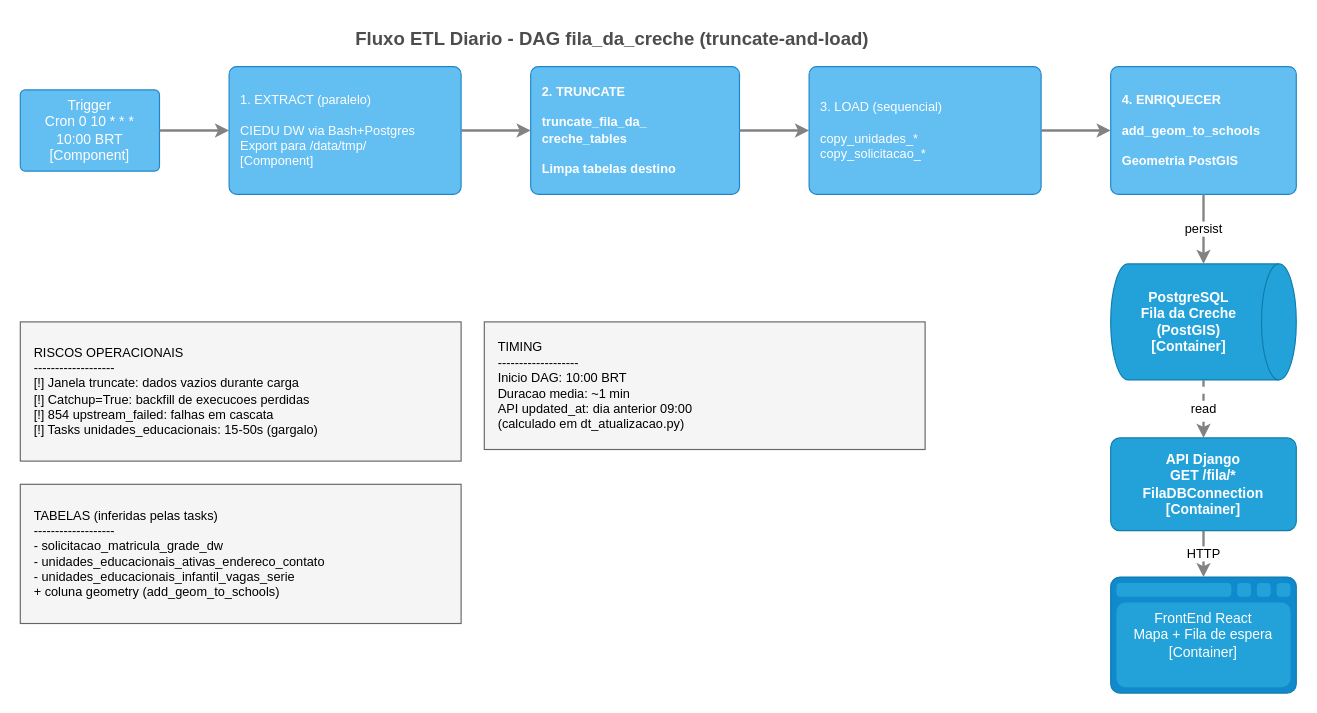
Earlier version of the draw.io diagram page "ARFLOW-Fluxo ETL Diario" (4 of 8) of diagramas/drawio/ARQUITETURA - VAGA NA CRECHE - C4.drawio (ronaldorobledo1902/VaganaCreche). Source tidied: cells renumbered, new cells numbered last; positions are measured from the earlier drawing's top-left corner, leaving out a move shared by most shapes. Both pictures are drawn from the tidied source at 116%, with x=0, y=0 at pixel (20, 20).
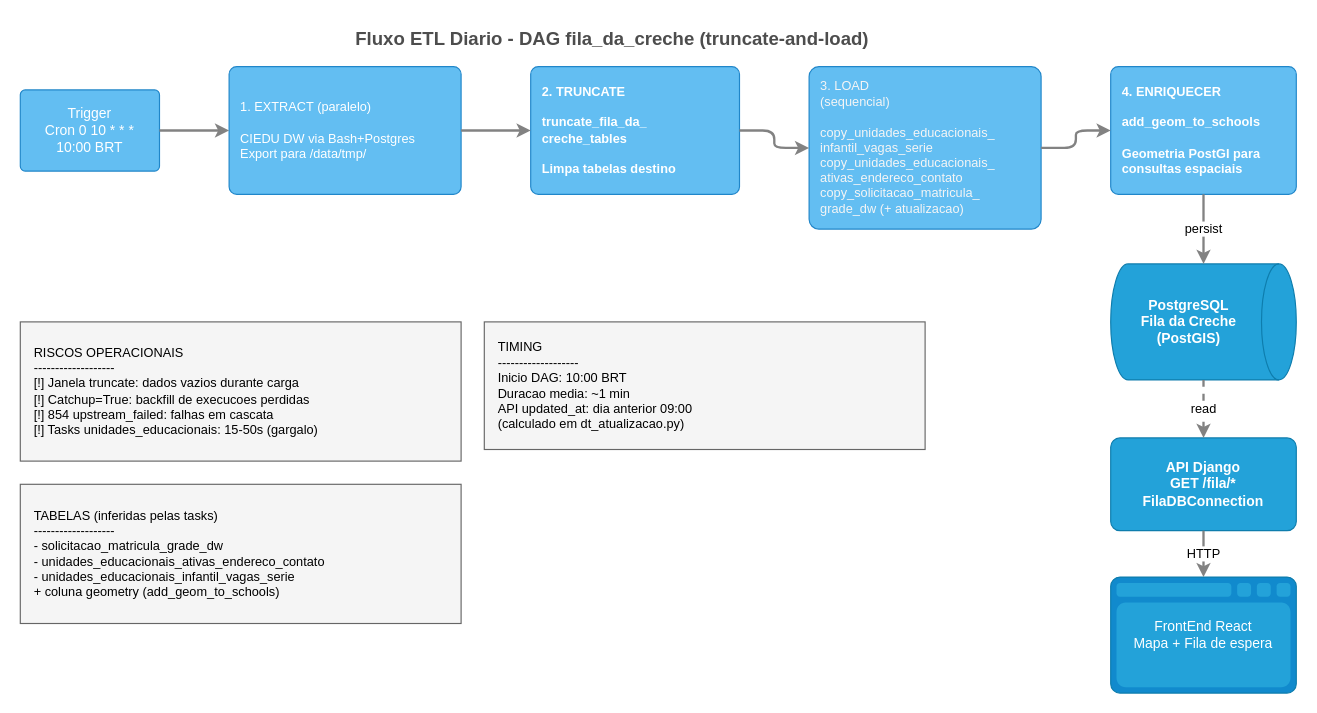
After the change.

Commit message (it also covers changes not shown here):
ALTERAÇÃO PARA FORMATO C4

Change to the diagram source:
```diff
@@
-    <mxCell id="3" value="Trigger&#10;Cron 0 10 * * *&#10;10:00 BRT&#10;[Component]" style="rounded=1;whiteSpace=wrap;html=1;fillColor=#63BEF2;fontColor=#ffffff;align=center;arcSize=6;strokeColor=#2086C9;" parent="1" vertex="1">
+    <mxCell id="3" value="Trigger&lt;br&gt;Cron 0 10 * * *&lt;br&gt;10:00 BRT" style="rounded=1;whiteSpace=wrap;html=1;fillColor=#63BEF2;fontColor=#ffffff;align=center;arcSize=6;strokeColor=#2086C9;" parent="1" vertex="1">
       <mxGeometry y="60" width="120" height="70" as="geometry" />
     </mxCell>
-    <mxCell id="4" value="1. EXTRACT (paralelo)&#10;&#10;CIEDU DW via Bash+Postgres&#10;Export para /data/tmp/&#10;[Component]" style="rounded=1;whiteSpace=wrap;html=1;fillColor=#63BEF2;fontColor=#ffffff;align=left;spacingLeft=8;arcSize=6;strokeColor=#2086C9;fontSize=11;" parent="1" vertex="1">
+    <mxCell id="4" value="1. EXTRACT (paralelo)&lt;br&gt;&lt;br&gt;CIEDU DW via Bash+Postgres&lt;br&gt;Export para /data/tmp/" style="rounded=1;whiteSpace=wrap;html=1;fillColor=#63BEF2;fontColor=#ffffff;align=left;spacingLeft=8;arcSize=6;strokeColor=#2086C9;fontSize=11;" parent="1" vertex="1">
       <mxGeometry x="180" y="40" width="200" height="110" as="geometry" />
     </mxCell>
@@
-    <mxCell id="6" value="3. LOAD (sequencial)&#10;&#10;copy_unidades_*&#10;copy_solicitacao_*" style="rounded=1;whiteSpace=wrap;html=1;fillColor=#63BEF2;fontColor=#ffffff;align=left;spacingLeft=8;arcSize=6;strokeColor=#2086C9;fontSize=11;" parent="1" vertex="1">
-      <mxGeometry x="680" y="40" width="200" height="110" as="geometry" />
+    <mxCell id="6" value="&lt;font style=&quot;&quot;&gt;&lt;span style=&quot;&quot;&gt;3. LOAD&lt;/span&gt;&lt;br style=&quot;&quot;&gt;&lt;span style=&quot;&quot;&gt;(sequencial)&lt;/span&gt;&lt;br style=&quot;&quot;&gt;&lt;br style=&quot;&quot;&gt;&lt;span style=&quot;&quot;&gt;copy_unidades_educacionais_&lt;/span&gt;&lt;br style=&quot;&quot;&gt;&lt;span style=&quot;&quot;&gt;infantil_vagas_serie&lt;/span&gt;&lt;br style=&quot;&quot;&gt;&lt;span style=&quot;&quot;&gt;copy_unidades_educacionais_&lt;/span&gt;&lt;br style=&quot;&quot;&gt;&lt;span style=&quot;&quot;&gt;ativas_endereco_contato&lt;/span&gt;&lt;br style=&quot;&quot;&gt;&lt;span style=&quot;&quot;&gt;copy_solicitacao_matricula_&lt;/span&gt;&lt;br style=&quot;&quot;&gt;&lt;span style=&quot;&quot;&gt;grade_dw (+ atualizacao)&lt;/span&gt;&lt;/font&gt;" style="rounded=1;whiteSpace=wrap;html=1;fillColor=#63BEF2;fontColor=light-dark(#f5f5f5, #ededed);align=left;spacingLeft=8;arcSize=6;strokeColor=#2086C9;fontSize=11;" parent="1" vertex="1">
+      <mxGeometry x="680" y="40" width="200" height="140" as="geometry" />
     </mxCell>
-    <mxCell id="7" value="4. ENRIQUECER&#10;&#10;add_geom_to_schools&#10;&#10;Geometria PostGIS" style="rounded=1;whiteSpace=wrap;html=1;fillColor=#63BEF2;fontColor=#ffffff;align=left;spacingLeft=8;arcSize=6;strokeColor=#2086C9;fontSize=11;fontStyle=1;" parent="1" vertex="1">
+    <mxCell id="7" value="4. ENRIQUECER&lt;br&gt;&lt;br&gt;add_geom_to_schools&lt;br&gt;&lt;br&gt;Geometria PostGI para consultas espaciais" style="rounded=1;whiteSpace=wrap;html=1;fillColor=#63BEF2;fontColor=#ffffff;align=left;spacingLeft=8;arcSize=6;strokeColor=#2086C9;fontSize=11;fontStyle=1;" parent="1" vertex="1">
       <mxGeometry x="940" y="40" width="160" height="110" as="geometry" />
     </mxCell>
-    <mxCell id="8" value="PostgreSQL&#10;Fila da Creche&#10;(PostGIS)&#10;[Container]" style="shape=cylinder3;size=15;direction=south;whiteSpace=wrap;html=1;boundedLbl=1;fillColor=#23A2D9;fontColor=#ffffff;align=center;strokeColor=#0E7DAD;fontStyle=1;" parent="1" vertex="1">
+    <mxCell id="8" value="PostgreSQL&lt;br&gt;Fila da Creche&lt;br&gt;(PostGIS)" style="shape=cylinder3;size=15;direction=south;whiteSpace=wrap;html=1;boundedLbl=1;fillColor=#23A2D9;fontColor=#ffffff;align=center;strokeColor=#0E7DAD;fontStyle=1;" parent="1" vertex="1">
       <mxGeometry x="940" y="210" width="160" height="100" as="geometry" />
     </mxCell>
-    <mxCell id="9" value="API Django&#10;GET /fila/*&#10;FilaDBConnection&#10;[Container]" style="rounded=1;whiteSpace=wrap;html=1;fillColor=#23A2D9;fontColor=#ffffff;align=center;arcSize=10;strokeColor=#0E7DAD;fontStyle=1;" parent="1" vertex="1">
+    <mxCell id="9" value="API Django&lt;br&gt;GET /fila/*&lt;br&gt;FilaDBConnection" style="rounded=1;whiteSpace=wrap;html=1;fillColor=#23A2D9;fontColor=#ffffff;align=center;arcSize=10;strokeColor=#0E7DAD;fontStyle=1;" parent="1" vertex="1">
       <mxGeometry x="940" y="360" width="160" height="80" as="geometry" />
     </mxCell>
-    <mxCell id="10" value="FrontEnd React&#10;Mapa + Fila de espera&#10;[Container]" style="shape=mxgraph.c4.webBrowserContainer2;whiteSpace=wrap;html=1;boundedLbl=1;fillColor=#23A2D9;strokeColor=#118ACD;strokeColor2=#0E7DAD;fontColor=#ffffff;align=center;" parent="1" vertex="1">
+    <mxCell id="10" value="FrontEnd React&lt;br&gt;Mapa + Fila de espera" style="shape=mxgraph.c4.webBrowserContainer2;whiteSpace=wrap;html=1;boundedLbl=1;fillColor=#23A2D9;strokeColor=#118ACD;strokeColor2=#0E7DAD;fontColor=#ffffff;align=center;" parent="1" vertex="1">
       <mxGeometry x="940" y="480" width="160" height="100" as="geometry" />
     </mxCell>
```
